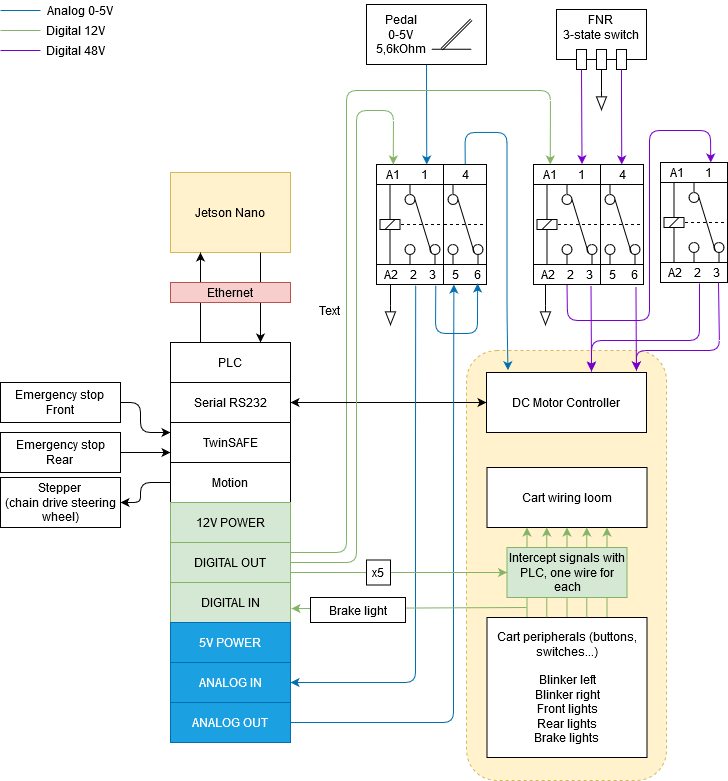
Above: Documentatie_Project/Schematic.png in yomaxx/Automotive-PLC (draw.io), before the change. Source tidied: cells renumbered, new cells last; positions are measured from the earlier drawing's top-left corner, leaving out a move shared by most shapes.
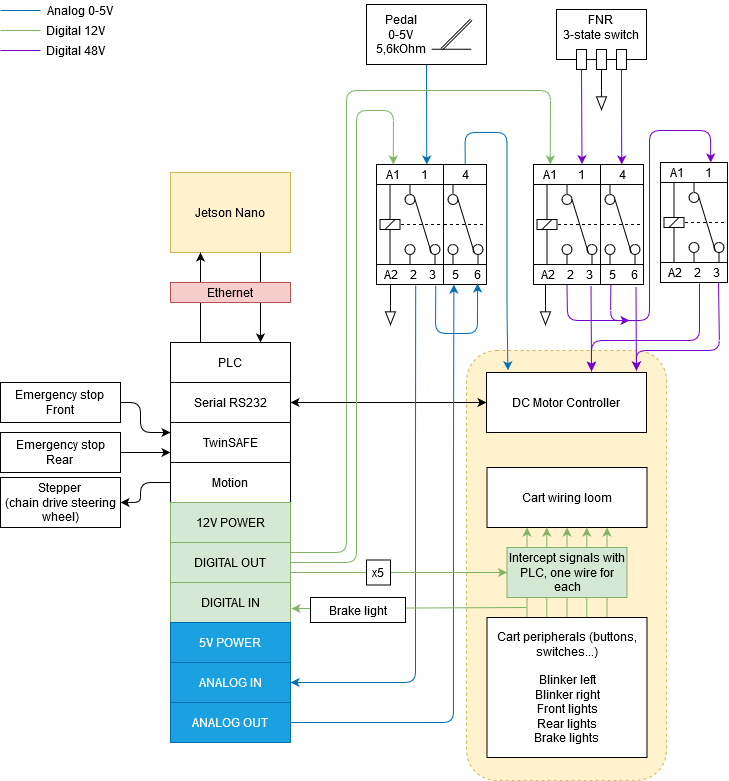
Above is the later version.

Diff of the diagram source:
```diff
@@ -662,8 +662,13 @@
         </Array>
       </mxGeometry>
     </mxCell>
-    <mxCell id="155" value="Text" style="text;html=1;strokeColor=none;fillColor=none;align=center;verticalAlign=middle;whiteSpace=wrap;rounded=0;" parent="1" vertex="1">
-      <mxGeometry x="309" y="300" width="40" height="20" as="geometry" />
-    </mxCell>
+    <mxCell id="156" style="endArrow=classic;html=1;exitX=0.25;exitY=1;exitDx=0;exitDy=0;fillColor=#aa00ff;strokeColor=#7700CC;" parent="1" edge="1" source="91">
+      <mxGeometry relative="1" as="geometry">
+        <mxPoint x="629" y="320" as="targetPoint" />
+        <Array as="points">
+          <mxPoint x="610" y="320" />
+        </Array>
+      </mxGeometry>
+    </mxCell>
   </root>
 </mxGraphModel>
```
